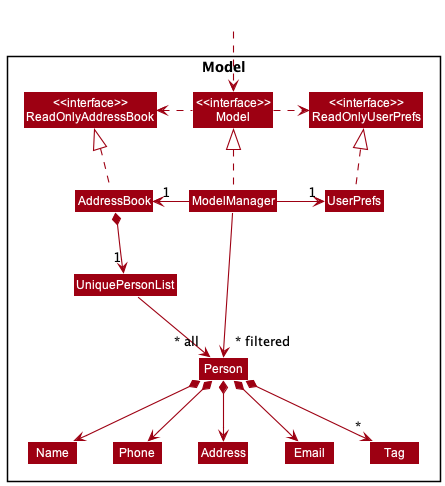
The PlantUML diagram docs/images/ModelClassDiagram.png in nus-cs2103-AY2223S1/tp, before a commit.
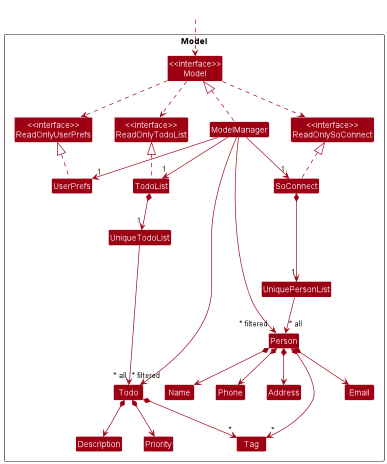
After the commit.

What changed in the source:
```diff
@@ -5,10 +5,12 @@
 skinparam classBackgroundColor MODEL_COLOR
 
 Package Model <<Rectangle>>{
-Class "<<interface>>\nReadOnlyAddressBook" as ReadOnlyAddressBook
+Class "<<interface>>\nReadOnlySoConnect" as ReadOnlySoConnect
+Class "<<interface>>\nReadOnlyTodoList" as ReadOnlyTodoList
 Class "<<interface>>\nReadOnlyUserPrefs" as ReadOnlyUserPrefs
 Class "<<interface>>\nModel" as Model
-Class AddressBook
+Class SoConnect
+Class TodoList
 Class ModelManager
 Class UserPrefs
 
@@ -20,21 +22,28 @@
 Class Phone
 Class Tag
 
+Class UniqueTodoList
+Class Todo
+Class Description
+Class Priority
+
 }
 
 Class HiddenOutside #FFFFFF
 HiddenOutside ..> Model
 
-AddressBook .up.|> ReadOnlyAddressBook
-
+SoConnect .up.|> ReadOnlySoConnect
+TodoList .up.|> ReadOnlyTodoList
 ModelManager .up.|> Model
-Model .right.> ReadOnlyUserPrefs
-Model .left.> ReadOnlyAddressBook
-ModelManager -left-> "1" AddressBook
-ModelManager -right-> "1" UserPrefs
+Model ..> ReadOnlySoConnect
+Model ..> ReadOnlyUserPrefs
+Model ..> ReadOnlyTodoList
+ModelManager --> "1" SoConnect
+ModelManager --> "1" UserPrefs
+ModelManager --> "1" TodoList
 UserPrefs .up.|> ReadOnlyUserPrefs
 
-AddressBook *--> "1" UniquePersonList
+SoConnect *--> "1" UniquePersonList
 UniquePersonList --> "~* all" Person
 Person *--> Name
 Person *--> Phone
@@ -42,9 +51,16 @@
 Person *--> Address
 Person *--> "*" Tag
 
+TodoList *--> "1" UniqueTodoList
+UniqueTodoList --> "~* all" Todo
+Todo *--> Description
+Todo *--> Priority
+Todo *--> "*" Tag
+
 Name -[hidden]right-> Phone
 Phone -[hidden]right-> Address
 Address -[hidden]right-> Email
 
-ModelManager -->"~* filtered" Person
+ModelManager ----->"~* filtered" Person
+ModelManager ------> "~* filtered" Todo
 @enduml
```
